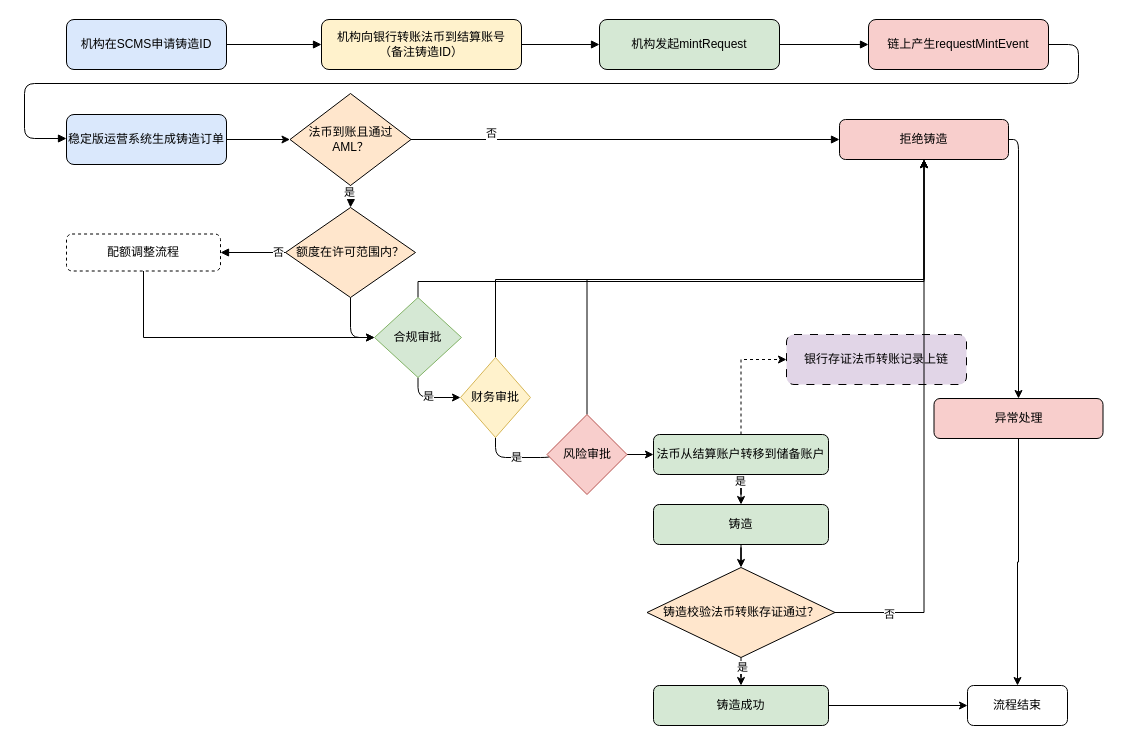
Earlier version of the draw.io diagram burn.drawio (mingzhenliu/doc). Source tidied: cells renumbered, new cells numbered last; positions are measured from the earlier drawing's top-left corner, leaving out a move shared by most shapes. Both pictures are drawn from the tidied source at 100%, with x=0, y=0 at pixel (24, 19).
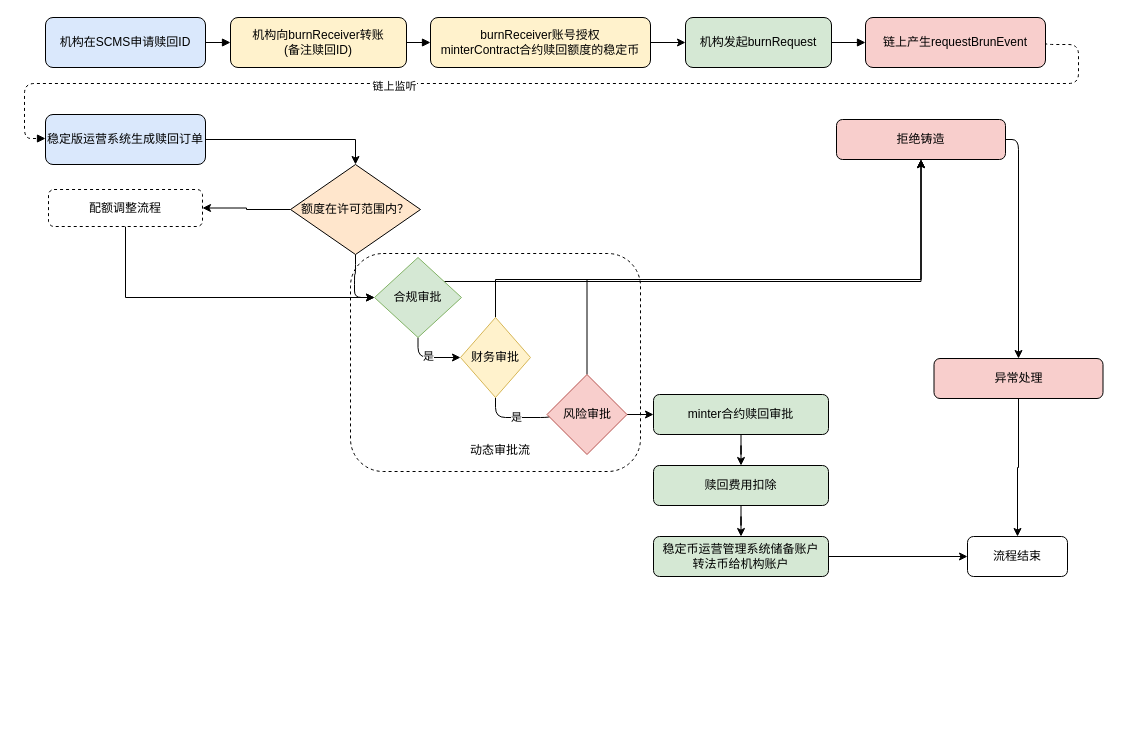
The same page after the edit.

The change refers to these unchanged cells:
```xml
<mxCell id="15" style="edgeStyle=orthogonalEdgeStyle;rounded=0;jettySize=auto;html=1;" parent="1" edge="1" source="17" target="45">
  <mxGeometry relative="1" as="geometry" />
</mxCell>
```

Diff of the diagram source:
```diff
@@
+    <mxCell id="52" style="rounded=1;whiteSpace=wrap;html=1;dashed=1;" parent="1" vertex="1">
+      <mxGeometry x="326" y="234" width="290" height="218" as="geometry" />
+    </mxCell>
-    <mxCell id="2" value="机构在SCMS申请铸造ID" style="rounded=1;whiteSpace=wrap;html=1;fillColor=#dae8fc;flipH=0;" parent="1" vertex="1">
-      <mxGeometry x="42" width="160" height="50" as="geometry" />
+    <mxCell id="2" value="机构在SCMS申请赎回ID" style="rounded=1;whiteSpace=wrap;html=1;fillColor=#dae8fc;flipH=1;" parent="1" vertex="1">
+      <mxGeometry x="21" y="-2" width="160" height="50" as="geometry" />
     </mxCell>
-    <mxCell id="3" value="机构向银行转账法币到结算账号&lt;div&gt;（备注铸造ID）&lt;/div&gt;" style="rounded=1;whiteSpace=wrap;html=1;fillColor=#fff2cc;flipH=0;" parent="1" vertex="1">
-      <mxGeometry x="297" width="200" height="50" as="geometry" />
+    <mxCell id="3" value="机构向burnReceiver转账&lt;div&gt;(备注赎回ID)&lt;/div&gt;" style="rounded=1;whiteSpace=wrap;html=1;fillColor=#fff2cc;flipH=1;" parent="1" vertex="1">
+      <mxGeometry x="206" y="-2" width="176" height="50" as="geometry" />
     </mxCell>
-    <mxCell id="4" value="银行存证法币转账记录上链" style="rounded=1;whiteSpace=wrap;html=1;fillColor=#e1d5e7;dashed=1;dashPattern=8 8;" parent="1" vertex="1">
-      <mxGeometry x="762" y="315" width="180" height="50" as="geometry" />
-    </mxCell>
-    <mxCell id="5" value="机构发起mintRequest" style="rounded=1;whiteSpace=wrap;html=1;fillColor=#d5e8d4;flipH=0;" parent="1" vertex="1">
-      <mxGeometry x="575" width="180" height="50" as="geometry" />
+    <mxCell id="5" value="机构发起burnRequest" style="rounded=1;whiteSpace=wrap;html=1;fillColor=#d5e8d4;flipH=1;" parent="1" vertex="1">
+      <mxGeometry x="661" y="-2" width="146" height="50" as="geometry" />
     </mxCell>
-    <mxCell id="6" value="链上产生requestMintEvent" style="rounded=1;whiteSpace=wrap;html=1;fillColor=#f8cecc;flipH=0;" parent="1" vertex="1">
-      <mxGeometry x="844" width="180" height="50" as="geometry" />
+    <mxCell id="6" value="链上产生requestBrunEvent" style="rounded=1;whiteSpace=wrap;html=1;fillColor=#f8cecc;flipH=1;" parent="1" vertex="1">
+      <mxGeometry x="841" y="-2" width="180" height="50" as="geometry" />
     </mxCell>
-    <mxCell id="7" style="edgeStyle=orthogonalEdgeStyle;rounded=0;jettySize=auto;html=1;" parent="1" edge="1" source="8" target="9">
+    <mxCell id="7" style="edgeStyle=orthogonalEdgeStyle;rounded=0;jettySize=auto;html=1;entryX=0.5;entryY=0;entryDx=0;entryDy=0;" parent="1" edge="1" source="8" target="11">
       <mxGeometry relative="1" as="geometry" />
     </mxCell>
-    <mxCell id="8" value="稳定版运营系统&lt;span style=&quot;background-color: transparent; color: light-dark(rgb(0, 0, 0), rgb(255, 255, 255));&quot;&gt;生成铸造订单&lt;/span&gt;" style="rounded=1;whiteSpace=wrap;html=1;fillColor=#dae8fc;" parent="1" vertex="1">
-      <mxGeometry x="42" y="95" width="160" height="50" as="geometry" />
+    <mxCell id="8" value="稳定版运营系统&lt;span style=&quot;background-color: transparent; color: light-dark(rgb(0, 0, 0), rgb(255, 255, 255));&quot;&gt;生成赎回订单&lt;/span&gt;" style="rounded=1;whiteSpace=wrap;html=1;fillColor=#dae8fc;" parent="1" vertex="1">
+      <mxGeometry x="21" y="95" width="160" height="50" as="geometry" />
     </mxCell>
-    <mxCell id="9" value="法币到账且通过AML？" style="rhombus;whiteSpace=wrap;html=1;fillColor=#ffe6cc;" parent="1" vertex="1">
-      <mxGeometry x="265.5" y="74" width="121" height="92" as="geometry" />
-    </mxCell>
@@
+    <mxCell id="27" style="edgeStyle=orthogonalEdgeStyle;rounded=0;jettySize=auto;html=1;" parent="1" edge="1" source="11" target="49">
+      <mxGeometry relative="1" as="geometry" />
+    </mxCell>
     <mxCell id="11" value="额度在许可范围内？" style="rhombus;whiteSpace=wrap;html=1;fillColor=#ffe6cc;" parent="1" vertex="1">
-      <mxGeometry x="261" y="188" width="130" height="90" as="geometry" />
+      <mxGeometry x="266" y="145" width="130" height="90" as="geometry" />
     </mxCell>
@@
     <mxCell id="13" value="拒绝铸造" style="rounded=1;whiteSpace=wrap;html=1;fillColor=#f8cecc;" parent="1" vertex="1">
-      <mxGeometry x="815" y="100" width="169" height="40" as="geometry" />
+      <mxGeometry x="812" y="100" width="169" height="40" as="geometry" />
     </mxCell>
-    <mxCell id="14" style="edgeStyle=orthogonalEdgeStyle;rounded=0;jettySize=auto;html=1;exitX=0.5;exitY=0;exitDx=0;exitDy=0;dashed=1;entryX=0;entryY=0.5;entryDx=0;entryDy=0;" parent="1" edge="1" source="17" target="4">
-      <mxGeometry relative="1" as="geometry" />
-    </mxCell>
@@
-    <mxCell id="16" value="是" style="edgeLabel;html=1;align=center;verticalAlign=middle;" parent="15" vertex="1">
-      <mxGeometry x="-0.77" y="-1" relative="1" as="geometry" />
-    </mxCell>
-    <mxCell id="17" value="法币从结算账户转移到储备账户" style="rounded=1;whiteSpace=wrap;html=1;fillColor=#d5e8d4;" parent="1" vertex="1">
-      <mxGeometry x="629" y="415" width="175" height="40" as="geometry" />
+    <mxCell id="17" value="minter合约赎回审批" style="rounded=1;whiteSpace=wrap;html=1;fillColor=#d5e8d4;" parent="1" vertex="1">
+      <mxGeometry x="629" y="375" width="175" height="40" as="geometry" />
     </mxCell>
     <mxCell id="18" value="流程结束" style="rounded=1;whiteSpace=wrap;html=1;fillColor=#ffffff;" parent="1" vertex="1">
-      <mxGeometry x="943" y="666" width="100" height="40" as="geometry" />
+      <mxGeometry x="943" y="517" width="100" height="40" as="geometry" />
     </mxCell>
@@
-    <mxCell id="20" style="edgeStyle=orthogonalEdgeStyle;endArrow=block;html=1;entryX=0;entryY=0.5;entryDx=0;entryDy=0;" parent="1" edge="1" source="3" target="5">
+    <mxCell id="20" style="edgeStyle=orthogonalEdgeStyle;endArrow=block;html=1;entryX=0;entryY=0.5;entryDx=0;entryDy=0;" parent="1" edge="1" source="3" target="56">
       <mxGeometry relative="1" as="geometry" />
     </mxCell>
@@
-    <mxCell id="22" style="edgeStyle=orthogonalEdgeStyle;endArrow=block;html=1;exitX=1;exitY=0.5;exitDx=0;exitDy=0;" parent="1" edge="1" source="6" target="8">
+    <mxCell id="22" style="edgeStyle=orthogonalEdgeStyle;endArrow=block;html=1;exitX=1;exitY=0.5;exitDx=0;exitDy=0;dashed=1;" parent="1" edge="1" source="6" target="8">
       <mxGeometry relative="1" as="geometry">
         <Array as="points">
           <mxPoint x="1054" y="25" />
           <mxPoint x="1054" y="64" />
           <mxPoint y="64" />
           <mxPoint y="119" />
           <mxPoint x="54" y="119" />
           <mxPoint x="30" y="120" />
         </Array>
       </mxGeometry>
     </mxCell>
-    <mxCell id="23" style="edgeStyle=orthogonalEdgeStyle;endArrow=block;html=1;label=否;entryX=0;entryY=0.5;entryDx=0;entryDy=0;" parent="1" edge="1" source="9" target="13">
-      <mxGeometry relative="1" as="geometry" />
-    </mxCell>
-    <mxCell id="24" value="否" style="edgeLabel;html=1;align=center;verticalAlign=middle;" parent="23" vertex="1">
-      <mxGeometry x="-0.63" y="7" relative="1" as="geometry">
-        <mxPoint x="1" as="offset" />
-      </mxGeometry>
-    </mxCell>
-    <mxCell id="25" style="edgeStyle=orthogonalEdgeStyle;endArrow=block;html=1;exitX=0.5;exitY=1;exitDx=0;exitDy=0;" parent="1" edge="1" target="11">
-      <mxGeometry relative="1" as="geometry">
-        <mxPoint x="326" y="166" as="sourcePoint" />
-      </mxGeometry>
-    </mxCell>
-    <mxCell id="26" value="是" style="edgeLabel;html=1;align=center;verticalAlign=middle;" parent="25" vertex="1">
-      <mxGeometry x="-0.51" y="-2" relative="1" as="geometry" />
-    </mxCell>
-    <mxCell id="27" style="edgeStyle=orthogonalEdgeStyle;endArrow=block;html=1;label=否;entryX=1;entryY=0.5;entryDx=0;entryDy=0;" parent="1" edge="1" source="11" target="49">
-      <mxGeometry relative="1" as="geometry" />
-    </mxCell>
-    <mxCell id="28" value="否" style="edgeLabel;html=1;align=center;verticalAlign=middle;" parent="27" vertex="1">
-      <mxGeometry x="-0.75" y="-1" relative="1" as="geometry" />
-    </mxCell>
+    <mxCell id="53" value="链上监听" style="edgeLabel;html=1;align=center;verticalAlign=middle;" parent="22" vertex="1">
+      <mxGeometry x="0.26" y="2" relative="1" as="geometry" />
+    </mxCell>
@@
     <mxCell id="31" value="财务审批" style="rhombus;whiteSpace=wrap;html=1;fillColor=#fff2cc;strokeColor=#d6b656;" parent="1" vertex="1">
-      <mxGeometry x="436" y="338" width="70" height="80" as="geometry" />
+      <mxGeometry x="436" y="298" width="70" height="80" as="geometry" />
     </mxCell>
@@
     <mxCell id="35" value="合规审批" style="rhombus;whiteSpace=wrap;html=1;fillColor=#d5e8d4;strokeColor=#82b366;" parent="1" vertex="1">
-      <mxGeometry x="350" y="278" width="87" height="80" as="geometry" />
+      <mxGeometry x="350" y="238" width="87" height="80" as="geometry" />
     </mxCell>
@@
     <mxCell id="38" value="风险审批" style="rhombus;whiteSpace=wrap;html=1;fillColor=#f8cecc;strokeColor=#b85450;" parent="1" vertex="1">
-      <mxGeometry x="522.5" y="395" width="80" height="80" as="geometry" />
+      <mxGeometry x="522.5" y="355" width="80" height="80" as="geometry" />
     </mxCell>
-    <mxCell id="39" style="edgeStyle=orthogonalEdgeStyle;rounded=0;jettySize=auto;html=1;entryX=0.5;entryY=1;entryDx=0;entryDy=0;" parent="1" edge="1" source="43" target="13">
-      <mxGeometry relative="1" as="geometry" />
-    </mxCell>
-    <mxCell id="40" value="否" style="edgeLabel;html=1;align=center;verticalAlign=middle;" parent="39" vertex="1">
-      <mxGeometry x="-0.8" y="-1" relative="1" as="geometry" />
-    </mxCell>
-    <mxCell id="41" style="edgeStyle=orthogonalEdgeStyle;rounded=0;jettySize=auto;html=1;" parent="1" edge="1" source="43" target="47">
-      <mxGeometry relative="1" as="geometry" />
-    </mxCell>
-    <mxCell id="42" value="是" style="edgeLabel;html=1;align=center;verticalAlign=middle;" parent="41" vertex="1">
-      <mxGeometry x="0.17" y="-1" relative="1" as="geometry">
-        <mxPoint y="-1" as="offset" />
-      </mxGeometry>
-    </mxCell>
-    <mxCell id="43" value="铸造校验法币转账存证通过？" style="rhombus;whiteSpace=wrap;html=1;fillColor=#ffe6cc;" parent="1" vertex="1">
-      <mxGeometry x="622.5" y="548" width="188" height="90" as="geometry" />
-    </mxCell>
-    <mxCell id="44" style="edgeStyle=orthogonalEdgeStyle;rounded=0;jettySize=auto;html=1;" parent="1" edge="1" source="45" target="43">
-      <mxGeometry relative="1" as="geometry" />
-    </mxCell>
+    <mxCell id="54" style="edgeStyle=orthogonalEdgeStyle;rounded=0;jettySize=auto;html=1;" parent="1" edge="1" source="45" target="47">
+      <mxGeometry relative="1" as="geometry" />
+    </mxCell>
-    <mxCell id="45" value="铸造" style="rounded=1;whiteSpace=wrap;html=1;fillColor=#d5e8d4;" parent="1" vertex="1">
-      <mxGeometry x="629" y="485" width="175" height="40" as="geometry" />
+    <mxCell id="45" value="赎回费用扣除" style="rounded=1;whiteSpace=wrap;html=1;fillColor=#d5e8d4;" parent="1" vertex="1">
+      <mxGeometry x="629" y="446" width="175" height="40" as="geometry" />
     </mxCell>
@@
-    <mxCell id="47" value="铸造成功" style="rounded=1;whiteSpace=wrap;html=1;fillColor=#d5e8d4;" parent="1" vertex="1">
-      <mxGeometry x="629" y="666" width="175" height="40" as="geometry" />
+    <mxCell id="47" value="稳定币运营管理系统储备账户&lt;div&gt;转法币给机构账户&lt;/div&gt;" style="rounded=1;whiteSpace=wrap;html=1;fillColor=#d5e8d4;" parent="1" vertex="1">
+      <mxGeometry x="629" y="517" width="175" height="40" as="geometry" />
     </mxCell>
@@
     <mxCell id="49" value="配额调整流程" style="rounded=1;whiteSpace=wrap;html=1;dashed=1;" parent="1" vertex="1">
-      <mxGeometry x="42" y="214.5" width="154" height="37" as="geometry" />
+      <mxGeometry x="24" y="170" width="154" height="37" as="geometry" />
     </mxCell>
@@
     <mxCell id="51" value="异常处理" style="rounded=1;whiteSpace=wrap;html=1;fillColor=#f8cecc;" parent="1" vertex="1">
-      <mxGeometry x="909.5" y="379" width="169" height="40" as="geometry" />
+      <mxGeometry x="909.5" y="339" width="169" height="40" as="geometry" />
     </mxCell>
+    <mxCell id="55" style="edgeStyle=orthogonalEdgeStyle;rounded=0;jettySize=auto;html=1;entryX=0;entryY=0.5;entryDx=0;entryDy=0;exitX=1;exitY=0.5;exitDx=0;exitDy=0;" parent="1" edge="1" source="56" target="5">
+      <mxGeometry relative="1" as="geometry" />
+    </mxCell>
+    <mxCell id="56" value="burnReceiver账号授权&lt;div&gt;minterContract合约赎回额度的稳定币&lt;/div&gt;" style="rounded=1;whiteSpace=wrap;html=1;fillColor=#fff2cc;flipH=1;" parent="1" vertex="1">
+      <mxGeometry x="406" y="-2" width="220" height="50" as="geometry" />
+    </mxCell>
+    <mxCell id="57" value="动态审批流" style="text;html=1;align=center;verticalAlign=middle;whiteSpace=wrap;rounded=0;" parent="1" vertex="1">
+      <mxGeometry x="436" y="416" width="80" height="30" as="geometry" />
+    </mxCell>
```
